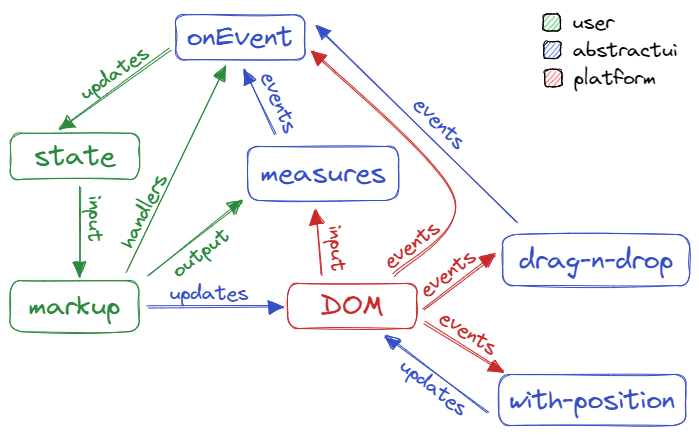
This is diagram.excalidraw.png from rodinhart/abstractui, a Excalidraw export, as it was before one commit. Source tidied: one line per element, renumbered; positions are measured from the earlier drawing's top-left corner, leaving out a move shared by most shapes.
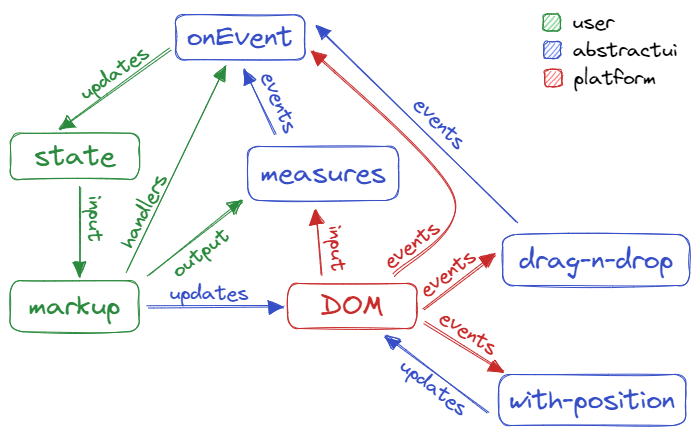
Later version of the same file.

What changed in the source:
```diff
@@ -36,9 +36,9 @@
 {"id": 35, "type": "arrow", "strokeColor": "#2b8a3e", "strokeWidth": 1, "roughness": 1, "endArrowhead": "triangle", "round": true, "from": 2, "to": 14, "x": 116, "y": 261, "width": 100, "height": 205, "points": [[0, 0], [100, -205]]}
 {"id": 36, "type": "text", "text": "handlers", "strokeColor": "#2b8a3e", "angle": 5.18, "strokeWidth": 1, "roughness": 1, "fontSize": 20, "fontFamily": 1, "x": 93, "y": 187, "width": 82, "height": 25}
 {"id": 37, "type": "text", "text": "user", "strokeColor": "#000000", "strokeWidth": 1, "roughness": 1, "fontSize": 20, "fontFamily": 1, "x": 562, "y": 0, "width": 44, "height": 25}
-{"id": 38, "type": "rectangle", "strokeColor": "#000000", "backgroundColor": "#40c057", "fillStyle": "hachure", "strokeWidth": 1, "roughness": 1, "round": true, "x": 533, "y": 4, "width": 17, "height": 17}
+{"id": 38, "type": "rectangle", "strokeColor": "#2b8a3e", "backgroundColor": "#40c057", "fillStyle": "hachure", "strokeWidth": 1, "roughness": 1, "round": true, "x": 533, "y": 4, "width": 17, "height": 17}
 {"id": 39, "type": "text", "text": "abstractui", "strokeColor": "#000000", "strokeWidth": 1, "roughness": 1, "fontSize": 20, "fontFamily": 1, "x": 563, "y": 28, "width": 107, "height": 25}
-{"id": 40, "type": "rectangle", "strokeColor": "#000000", "backgroundColor": "#4c6ef5", "fillStyle": "hachure", "strokeWidth": 1, "roughness": 1, "round": true, "x": 534, "y": 32, "width": 17, "height": 17}
+{"id": 40, "type": "rectangle", "strokeColor": "#364fc7", "backgroundColor": "#4c6ef5", "fillStyle": "hachure", "strokeWidth": 1, "roughness": 1, "round": true, "x": 534, "y": 32, "width": 17, "height": 17}
 {"id": 41, "type": "text", "text": "platform", "strokeColor": "#000000", "strokeWidth": 1, "roughness": 1, "fontSize": 20, "fontFamily": 1, "x": 564, "y": 56, "width": 84, "height": 25}
-{"id": 42, "type": "rectangle", "strokeColor": "#000000", "backgroundColor": "#fa5252", "fillStyle": "hachure", "strokeWidth": 1, "roughness": 1, "round": true, "x": 535, "y": 60, "width": 17, "height": 17}
+{"id": 42, "type": "rectangle", "strokeColor": "#c92a2a", "backgroundColor": "#fa5252", "fillStyle": "hachure", "strokeWidth": 1, "roughness": 1, "round": true, "x": 535, "y": 60, "width": 17, "height": 17}
 {"id": 43, "type": "text", "text": "events", "strokeColor": "#c92a2a", "angle": 5.64, "strokeWidth": 1, "roughness": 1, "fontSize": 20, "fontFamily": 1, "x": 369, "y": 222, "width": 66, "height": 25}
```
